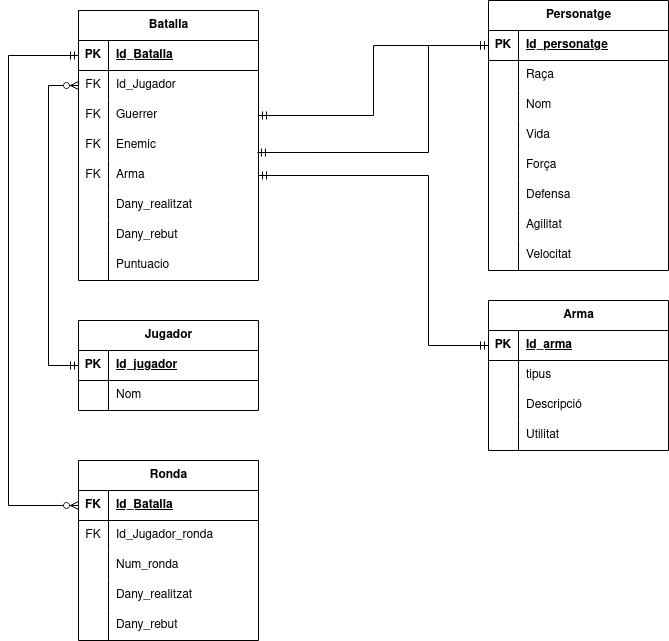
Earlier version of the draw.io export M2/Proyecto2BBDD.png (ivillaecija/Proyecto2). Source tidied: cells renumbered, new cells last; positions are measured from the earlier drawing's top-left corner, leaving out a move shared by most shapes.
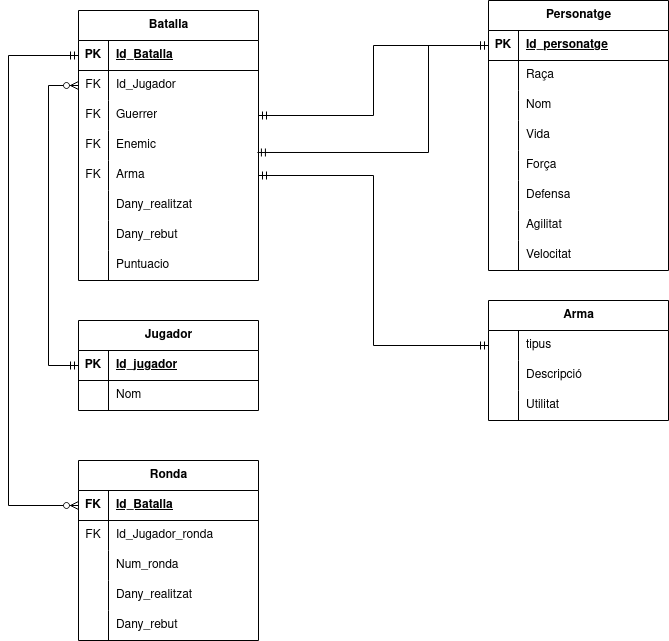
Later version of the same file.

Change to the diagram source:
```diff
@@ -99,19 +99,10 @@
       <mxGeometry x="30" width="150" height="30" as="geometry" />
     </mxCell>
     <mxCell id="34" value="Arma" style="shape=table;startSize=30;rowLines=0;fontStyle=1;align=center;html=1;" parent="1" vertex="1">
-      <mxGeometry x="480" y="300" width="180" height="150" as="geometry" />
+      <mxGeometry x="480" y="300" width="180" height="120" as="geometry" />
     </mxCell>
-    <mxCell id="35" style="shape=tableRow;horizontal=0;startSize=0;swimlaneHead=0;swimlaneBody=0;fillColor=none;points=[[0,0.5],[1,0.5]];portConstraint=eastwest;top=0;left=0;right=0;bottom=1;" parent="34" vertex="1">
-      <mxGeometry y="30" width="180" height="30" as="geometry" />
-    </mxCell>
-    <mxCell id="36" value="PK" style="shape=partialRectangle;fillColor=none;top=0;left=0;bottom=0;right=0;fontStyle=1;overflow=hidden;whiteSpace=wrap;html=1;" parent="35" vertex="1">
-      <mxGeometry width="30" height="30" as="geometry" />
-    </mxCell>
-    <mxCell id="37" value="Id_arma" style="shape=partialRectangle;fillColor=none;top=0;left=0;bottom=0;right=0;align=left;spacingLeft=6;fontStyle=5;overflow=hidden;whiteSpace=wrap;html=1;" parent="35" vertex="1">
-      <mxGeometry x="30" width="150" height="30" as="geometry" />
-    </mxCell>
     <mxCell id="38" style="shape=tableRow;horizontal=0;startSize=0;swimlaneHead=0;swimlaneBody=0;fillColor=none;points=[[0,0.5],[1,0.5]];portConstraint=eastwest;top=0;left=0;right=0;bottom=0;" parent="34" vertex="1">
-      <mxGeometry y="60" width="180" height="30" as="geometry" />
+      <mxGeometry y="30" width="180" height="30" as="geometry" />
     </mxCell>
     <mxCell id="39" style="shape=partialRectangle;fillColor=none;top=0;left=0;bottom=0;right=0;overflow=hidden;whiteSpace=wrap;html=1;" parent="38" vertex="1">
       <mxGeometry width="30" height="30" as="geometry" />
@@ -120,7 +111,7 @@
       <mxGeometry x="30" width="150" height="30" as="geometry" />
     </mxCell>
     <mxCell id="41" style="shape=tableRow;horizontal=0;startSize=0;swimlaneHead=0;swimlaneBody=0;fillColor=none;top=0;left=0;right=0;bottom=0;" parent="34" vertex="1">
-      <mxGeometry y="90" width="180" height="30" as="geometry" />
+      <mxGeometry y="60" width="180" height="30" as="geometry" />
     </mxCell>
     <mxCell id="42" style="shape=partialRectangle;fillColor=none;top=0;left=0;bottom=0;right=0;overflow=hidden;whiteSpace=wrap;html=1;" parent="41" vertex="1">
       <mxGeometry width="30" height="30" as="geometry" />
@@ -129,7 +120,7 @@
       <mxGeometry x="30" width="150" height="30" as="geometry" />
     </mxCell>
     <mxCell id="44" style="shape=tableRow;horizontal=0;startSize=0;swimlaneHead=0;swimlaneBody=0;fillColor=none;top=0;left=0;right=0;bottom=0;" parent="34" vertex="1">
-      <mxGeometry y="120" width="180" height="30" as="geometry" />
+      <mxGeometry y="90" width="180" height="30" as="geometry" />
     </mxCell>
     <mxCell id="45" style="shape=partialRectangle;fillColor=none;top=0;left=0;bottom=0;right=0;overflow=hidden;whiteSpace=wrap;html=1;" parent="44" vertex="1">
       <mxGeometry width="30" height="30" as="geometry" />
@@ -279,13 +270,8 @@
         </Array>
       </mxGeometry>
     </mxCell>
-    <mxCell id="91" style="edgeStyle=orthogonalEdgeStyle;fontSize=12;html=1;endArrow=ERmandOne;startArrow=ERmandOne;rounded=0;exitX=1;exitY=0.5;exitDx=0;exitDy=0;entryX=0;entryY=0.5;entryDx=0;entryDy=0;" parent="1" edge="1" source="60" target="35">
-      <mxGeometry relative="1" as="geometry">
-        <Array as="points">
-          <mxPoint x="420" y="175" />
-          <mxPoint x="420" y="345" />
-        </Array>
-      </mxGeometry>
+    <mxCell id="91" style="edgeStyle=orthogonalEdgeStyle;fontSize=12;html=1;endArrow=ERmandOne;startArrow=ERmandOne;rounded=0;exitX=1;exitY=0.5;exitDx=0;exitDy=0;entryX=0;entryY=0.5;entryDx=0;entryDy=0;" parent="1" edge="1" source="60" target="38">
+      <mxGeometry relative="1" as="geometry" />
     </mxCell>
     <mxCell id="92" style="edgeStyle=orthogonalEdgeStyle;fontSize=12;html=1;endArrow=ERmandOne;startArrow=ERmandOne;rounded=0;entryX=0;entryY=0.5;entryDx=0;entryDy=0;exitX=0.994;exitY=0.733;exitDx=0;exitDy=0;exitPerimeter=0;" parent="1" edge="1" source="57" target="10">
       <mxGeometry relative="1" as="geometry">
```
